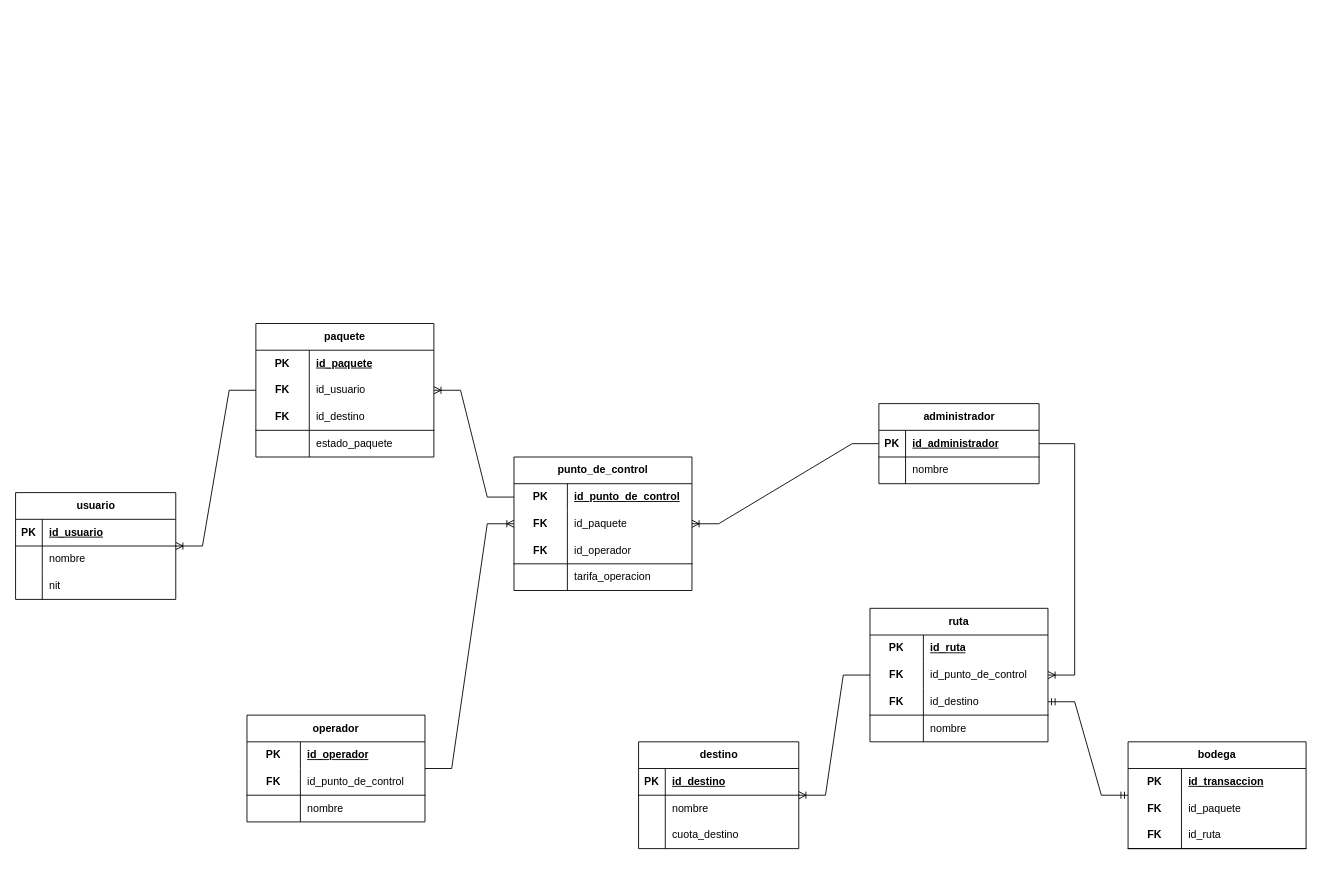
This is Documentación/Diagrama_de_tablas.drawio from MichaelMarinReyes/Gestor-Paqueteria, a draw.io file, before an edit. Source tidied: cells renumbered, new cells numbered last; positions are measured from the earlier drawing's top-left corner, leaving out a move shared by most shapes. Both pictures are drawn from the tidied source at 89%, with x=0, y=0 at pixel (15, 323).
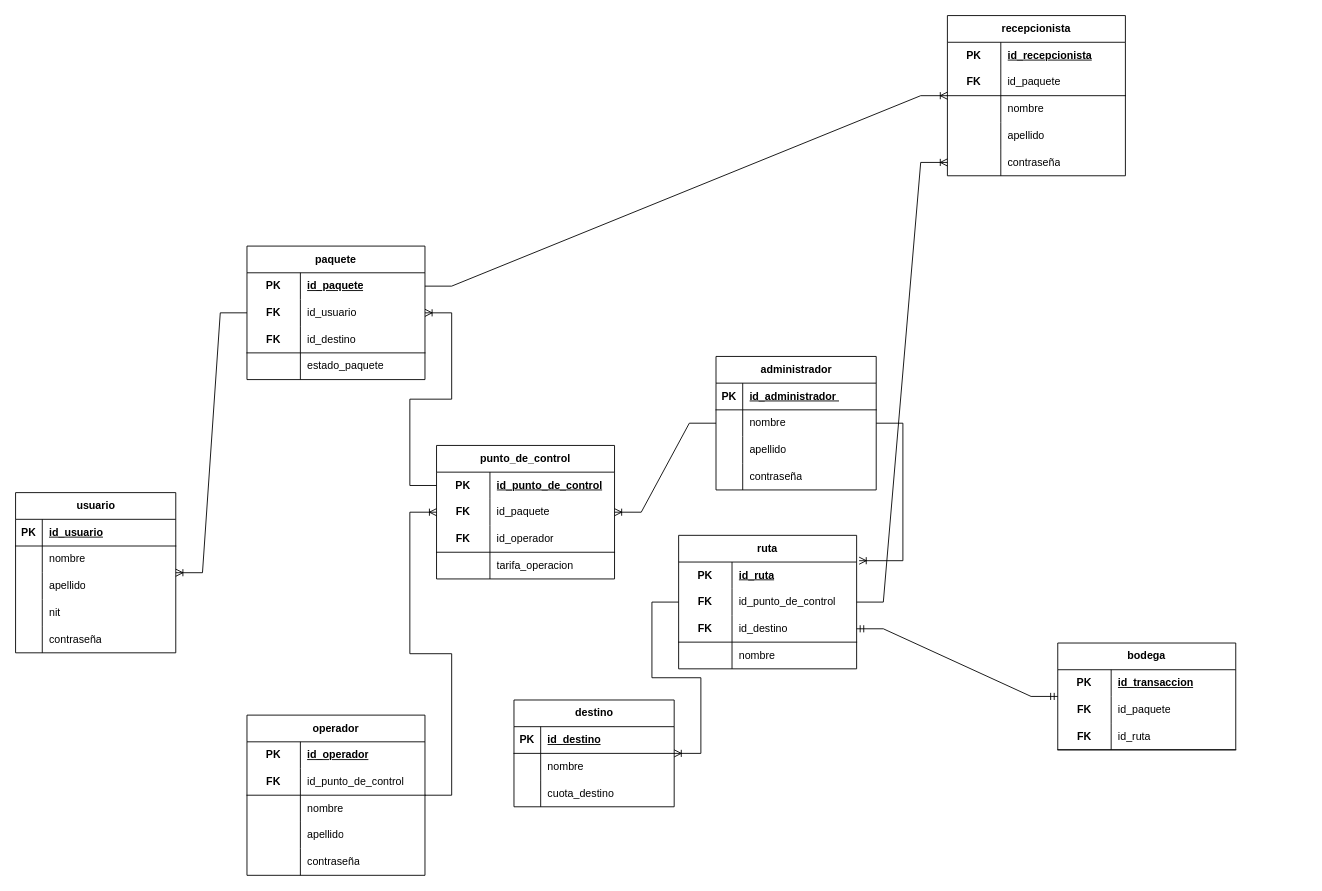
The same page after the edit.

The change refers to these unchanged cells:
```xml
<mxCell id="3" style="shape=tableRow;horizontal=0;startSize=0;swimlaneHead=0;swimlaneBody=0;fillColor=none;top=0;left=0;right=0;bottom=1;" parent="2" vertex="1">
  <mxGeometry y="30" width="180" height="30" as="geometry" />
</mxCell>
<mxCell id="33" style="shape=tableRow;horizontal=0;startSize=0;swimlaneHead=0;swimlaneBody=0;fillColor=none;points=[[0,0.5],[1,0.5]];portConstraint=eastwest;top=0;left=0;right=0;bottom=0;html=1;" parent="32" vertex="1">
  <mxGeometry y="30" width="200" height="30" as="geometry" />
</mxCell>
<mxCell id="65" style="shape=tableRow;horizontal=0;startSize=0;swimlaneHead=0;swimlaneBody=0;fillColor=none;top=0;left=0;right=0;bottom=0;" parent="58" vertex="1">
  <mxGeometry y="90" width="180" height="30" as="geometry" />
</mxCell>
```

Change to the diagram source:
```diff
@@
     <mxCell id="2" value="administrador" style="shape=table;startSize=30;childLayout=tableLayout;rowLines=0;fontStyle=1;align=center;html=1;" parent="1" vertex="1">
-      <mxGeometry x="970" y="90" width="180" height="90" as="geometry" />
+      <mxGeometry x="787" y="37" width="180" height="150" as="geometry" />
     </mxCell>
@@
-    <mxCell id="5" value="id_administrador" style="shape=partialRectangle;fillColor=none;top=0;left=0;bottom=0;right=0;align=left;spacingLeft=6;fontStyle=5;overflow=hidden;whiteSpace=wrap;html=1;" parent="3" vertex="1">
+    <mxCell id="5" value="id_administrador&amp;nbsp;" style="shape=partialRectangle;fillColor=none;top=0;left=0;bottom=0;right=0;align=left;spacingLeft=6;fontStyle=5;overflow=hidden;whiteSpace=wrap;html=1;" parent="3" vertex="1">
       <mxGeometry x="30" width="150" height="30" as="geometry" />
     </mxCell>
@@
+    <mxCell id="95" style="shape=tableRow;horizontal=0;startSize=0;swimlaneHead=0;swimlaneBody=0;fillColor=none;top=0;left=0;right=0;bottom=0;" parent="2" vertex="1">
+      <mxGeometry y="90" width="180" height="30" as="geometry" />
+    </mxCell>
+    <mxCell id="96" style="shape=partialRectangle;fillColor=none;top=0;left=0;bottom=0;right=0;overflow=hidden;whiteSpace=wrap;html=1;" parent="95" vertex="1">
+      <mxGeometry width="30" height="30" as="geometry" />
+    </mxCell>
+    <mxCell id="97" value="apellido" style="shape=partialRectangle;fillColor=none;top=0;left=0;bottom=0;right=0;align=left;spacingLeft=6;overflow=hidden;whiteSpace=wrap;html=1;" parent="95" vertex="1">
+      <mxGeometry x="30" width="150" height="30" as="geometry" />
+    </mxCell>
+    <mxCell id="98" style="shape=tableRow;horizontal=0;startSize=0;swimlaneHead=0;swimlaneBody=0;fillColor=none;top=0;left=0;right=0;bottom=0;" parent="2" vertex="1">
+      <mxGeometry y="120" width="180" height="30" as="geometry" />
+    </mxCell>
+    <mxCell id="99" style="shape=partialRectangle;fillColor=none;top=0;left=0;bottom=0;right=0;overflow=hidden;whiteSpace=wrap;html=1;" parent="98" vertex="1">
+      <mxGeometry width="30" height="30" as="geometry" />
+    </mxCell>
+    <mxCell id="100" value="contraseña" style="shape=partialRectangle;fillColor=none;top=0;left=0;bottom=0;right=0;align=left;spacingLeft=6;overflow=hidden;whiteSpace=wrap;html=1;" parent="98" vertex="1">
+      <mxGeometry x="30" width="150" height="30" as="geometry" />
+    </mxCell>
     <mxCell id="9" value="operador" style="shape=table;startSize=30;childLayout=tableLayout;rowLines=0;fontStyle=1;align=center;html=1;whiteSpace=wrap;" parent="1" vertex="1">
-      <mxGeometry x="260" y="440" width="200" height="120" as="geometry" />
+      <mxGeometry x="260" y="440" width="200" height="180" as="geometry" />
     </mxCell>
@@
+    <mxCell id="101" style="shape=tableRow;horizontal=0;startSize=0;swimlaneHead=0;swimlaneBody=0;fillColor=none;top=0;left=0;right=0;bottom=0;html=1;" parent="9" vertex="1">
+      <mxGeometry y="120" width="200" height="30" as="geometry" />
+    </mxCell>
+    <mxCell id="102" style="shape=partialRectangle;fillColor=none;top=0;left=0;bottom=0;right=0;overflow=hidden;html=1;whiteSpace=wrap;" parent="101" vertex="1">
+      <mxGeometry width="60" height="30" as="geometry" />
+    </mxCell>
+    <mxCell id="103" value="apellido" style="shape=partialRectangle;fillColor=none;top=0;left=0;bottom=0;right=0;align=left;spacingLeft=6;overflow=hidden;html=1;whiteSpace=wrap;" parent="101" vertex="1">
+      <mxGeometry x="60" width="140" height="30" as="geometry" />
+    </mxCell>
+    <mxCell id="104" style="shape=tableRow;horizontal=0;startSize=0;swimlaneHead=0;swimlaneBody=0;fillColor=none;top=0;left=0;right=0;bottom=0;html=1;" parent="9" vertex="1">
+      <mxGeometry y="150" width="200" height="30" as="geometry" />
+    </mxCell>
+    <mxCell id="105" style="shape=partialRectangle;fillColor=none;top=0;left=0;bottom=0;right=0;overflow=hidden;html=1;whiteSpace=wrap;" parent="104" vertex="1">
+      <mxGeometry width="60" height="30" as="geometry" />
+    </mxCell>
+    <mxCell id="106" value="contraseña" style="shape=partialRectangle;fillColor=none;top=0;left=0;bottom=0;right=0;align=left;spacingLeft=6;overflow=hidden;html=1;whiteSpace=wrap;" parent="104" vertex="1">
+      <mxGeometry x="60" width="140" height="30" as="geometry" />
+    </mxCell>
     <mxCell id="19" value="punto_de_control" style="shape=table;startSize=30;childLayout=tableLayout;rowLines=0;fontStyle=1;align=center;html=1;whiteSpace=wrap;" parent="1" vertex="1">
-      <mxGeometry x="560" y="150" width="200" height="150" as="geometry" />
+      <mxGeometry x="473" y="137" width="200" height="150" as="geometry" />
     </mxCell>
@@
     <mxCell id="32" value="paquete" style="shape=table;startSize=30;childLayout=tableLayout;rowLines=0;fontStyle=1;align=center;html=1;whiteSpace=wrap;" parent="1" vertex="1">
-      <mxGeometry x="270" width="200" height="150" as="geometry" />
+      <mxGeometry x="260" y="-87" width="200" height="150" as="geometry" />
     </mxCell>
@@
     <mxCell id="45" value="ruta" style="shape=table;startSize=30;childLayout=tableLayout;rowLines=0;fontStyle=1;align=center;html=1;whiteSpace=wrap;" parent="1" vertex="1">
-      <mxGeometry x="960" y="320" width="200" height="150" as="geometry" />
+      <mxGeometry x="745" y="238" width="200" height="150" as="geometry" />
     </mxCell>
@@
     <mxCell id="58" value="usuario" style="shape=table;startSize=30;childLayout=tableLayout;rowLines=0;fontStyle=1;align=center;html=1;" parent="1" vertex="1">
-      <mxGeometry y="190" width="180" height="120" as="geometry" />
+      <mxGeometry y="190" width="180" height="180" as="geometry" />
     </mxCell>
@@
-    <mxCell id="67" value="nit" style="shape=partialRectangle;fillColor=none;top=0;left=0;bottom=0;right=0;align=left;spacingLeft=6;overflow=hidden;whiteSpace=wrap;html=1;" parent="65" vertex="1">
+    <mxCell id="67" value="apellido" style="shape=partialRectangle;fillColor=none;top=0;left=0;bottom=0;right=0;align=left;spacingLeft=6;overflow=hidden;whiteSpace=wrap;html=1;" parent="65" vertex="1">
       <mxGeometry x="30" width="150" height="30" as="geometry" />
     </mxCell>
+    <mxCell id="107" style="shape=tableRow;horizontal=0;startSize=0;swimlaneHead=0;swimlaneBody=0;fillColor=none;top=0;left=0;right=0;bottom=0;" parent="58" vertex="1">
+      <mxGeometry y="120" width="180" height="30" as="geometry" />
+    </mxCell>
+    <mxCell id="108" style="shape=partialRectangle;fillColor=none;top=0;left=0;bottom=0;right=0;overflow=hidden;whiteSpace=wrap;html=1;" parent="107" vertex="1">
+      <mxGeometry width="30" height="30" as="geometry" />
+    </mxCell>
+    <mxCell id="109" value="nit" style="shape=partialRectangle;fillColor=none;top=0;left=0;bottom=0;right=0;align=left;spacingLeft=6;overflow=hidden;whiteSpace=wrap;html=1;" parent="107" vertex="1">
+      <mxGeometry x="30" width="150" height="30" as="geometry" />
+    </mxCell>
+    <mxCell id="110" style="shape=tableRow;horizontal=0;startSize=0;swimlaneHead=0;swimlaneBody=0;fillColor=none;top=0;left=0;right=0;bottom=0;" parent="58" vertex="1">
+      <mxGeometry y="150" width="180" height="30" as="geometry" />
+    </mxCell>
+    <mxCell id="111" style="shape=partialRectangle;fillColor=none;top=0;left=0;bottom=0;right=0;overflow=hidden;whiteSpace=wrap;html=1;" parent="110" vertex="1">
+      <mxGeometry width="30" height="30" as="geometry" />
+    </mxCell>
+    <mxCell id="112" value="contraseña" style="shape=partialRectangle;fillColor=none;top=0;left=0;bottom=0;right=0;align=left;spacingLeft=6;overflow=hidden;whiteSpace=wrap;html=1;" parent="110" vertex="1">
+      <mxGeometry x="30" width="150" height="30" as="geometry" />
+    </mxCell>
     <mxCell id="68" value="bodega" style="shape=table;startSize=30;childLayout=tableLayout;rowLines=0;fontStyle=1;align=center;html=1;whiteSpace=wrap;" parent="1" vertex="1">
-      <mxGeometry x="1250" y="470" width="200" height="120" as="geometry" />
+      <mxGeometry x="1171" y="359" width="200" height="120" as="geometry" />
     </mxCell>
@@
     <mxCell id="78" value="destino" style="shape=table;startSize=30;childLayout=tableLayout;rowLines=0;fontStyle=1;align=center;html=1;" parent="1" vertex="1">
-      <mxGeometry x="700" y="470" width="180" height="120" as="geometry" />
+      <mxGeometry x="560" y="423" width="180" height="120" as="geometry" />
     </mxCell>
@@
-    <mxCell id="93" style="edgeStyle=entityRelationEdgeStyle;fontSize=12;html=1;endArrow=ERoneToMany;rounded=0;" parent="1" edge="1" source="2" target="45">
+    <mxCell id="93" style="edgeStyle=entityRelationEdgeStyle;fontSize=12;html=1;endArrow=ERoneToMany;rounded=0;entryX=1.014;entryY=0.19;entryDx=0;entryDy=0;entryPerimeter=0;" parent="1" edge="1" source="2" target="45">
       <mxGeometry relative="1" as="geometry" />
     </mxCell>
@@
+    <mxCell id="113" value="recepcionista" style="shape=table;startSize=30;childLayout=tableLayout;rowLines=0;fontStyle=1;align=center;html=1;whiteSpace=wrap;" parent="1" vertex="1">
+      <mxGeometry x="1047" y="-346" width="200" height="180" as="geometry" />
+    </mxCell>
+    <mxCell id="114" style="shape=tableRow;horizontal=0;startSize=0;swimlaneHead=0;swimlaneBody=0;fillColor=none;top=0;left=0;right=0;bottom=0;html=1;" parent="113" vertex="1">
+      <mxGeometry y="30" width="200" height="30" as="geometry" />
+    </mxCell>
+    <mxCell id="115" value="PK" style="shape=partialRectangle;fillColor=none;top=0;left=0;bottom=0;right=0;fontStyle=1;overflow=hidden;html=1;whiteSpace=wrap;" parent="114" vertex="1">
+      <mxGeometry width="60" height="30" as="geometry" />
+    </mxCell>
+    <mxCell id="116" value="id_recepcionista" style="shape=partialRectangle;fillColor=none;top=0;left=0;bottom=0;right=0;align=left;spacingLeft=6;fontStyle=5;overflow=hidden;html=1;whiteSpace=wrap;" parent="114" vertex="1">
+      <mxGeometry x="60" width="140" height="30" as="geometry" />
+    </mxCell>
+    <mxCell id="117" style="shape=tableRow;horizontal=0;startSize=0;swimlaneHead=0;swimlaneBody=0;fillColor=none;top=0;left=0;right=0;bottom=1;html=1;" parent="113" vertex="1">
+      <mxGeometry y="60" width="200" height="30" as="geometry" />
+    </mxCell>
+    <mxCell id="118" value="FK" style="shape=partialRectangle;fillColor=none;top=0;left=0;bottom=0;right=0;fontStyle=1;overflow=hidden;html=1;whiteSpace=wrap;" parent="117" vertex="1">
+      <mxGeometry width="60" height="30" as="geometry" />
+    </mxCell>
+    <mxCell id="119" value="id_paquete" style="shape=partialRectangle;fillColor=none;top=0;left=0;bottom=0;right=0;align=left;spacingLeft=6;fontStyle=0;overflow=hidden;html=1;whiteSpace=wrap;" parent="117" vertex="1">
+      <mxGeometry x="60" width="140" height="30" as="geometry" />
+    </mxCell>
+    <mxCell id="120" style="shape=tableRow;horizontal=0;startSize=0;swimlaneHead=0;swimlaneBody=0;fillColor=none;top=0;left=0;right=0;bottom=0;html=1;" parent="113" vertex="1">
+      <mxGeometry y="90" width="200" height="30" as="geometry" />
+    </mxCell>
+    <mxCell id="121" style="shape=partialRectangle;fillColor=none;top=0;left=0;bottom=0;right=0;overflow=hidden;html=1;whiteSpace=wrap;" parent="120" vertex="1">
+      <mxGeometry width="60" height="30" as="geometry" />
+    </mxCell>
+    <mxCell id="122" value="nombre" style="shape=partialRectangle;fillColor=none;top=0;left=0;bottom=0;right=0;align=left;spacingLeft=6;overflow=hidden;html=1;whiteSpace=wrap;" parent="120" vertex="1">
+      <mxGeometry x="60" width="140" height="30" as="geometry" />
+    </mxCell>
+    <mxCell id="123" style="shape=tableRow;horizontal=0;startSize=0;swimlaneHead=0;swimlaneBody=0;fillColor=none;top=0;left=0;right=0;bottom=0;html=1;" parent="113" vertex="1">
+      <mxGeometry y="120" width="200" height="30" as="geometry" />
+    </mxCell>
+    <mxCell id="124" style="shape=partialRectangle;fillColor=none;top=0;left=0;bottom=0;right=0;overflow=hidden;html=1;whiteSpace=wrap;" parent="123" vertex="1">
+      <mxGeometry width="60" height="30" as="geometry" />
+    </mxCell>
+    <mxCell id="125" value="apellido" style="shape=partialRectangle;fillColor=none;top=0;left=0;bottom=0;right=0;align=left;spacingLeft=6;overflow=hidden;html=1;whiteSpace=wrap;" parent="123" vertex="1">
+      <mxGeometry x="60" width="140" height="30" as="geometry" />
+    </mxCell>
+    <mxCell id="126" style="shape=tableRow;horizontal=0;startSize=0;swimlaneHead=0;swimlaneBody=0;fillColor=none;points=[[0,0.5],[1,0.5]];portConstraint=eastwest;top=0;left=0;right=0;bottom=0;html=1;" parent="113" vertex="1">
+      <mxGeometry y="150" width="200" height="30" as="geometry" />
+    </mxCell>
+    <mxCell id="127" style="shape=partialRectangle;fillColor=none;top=0;left=0;bottom=0;right=0;overflow=hidden;html=1;whiteSpace=wrap;" parent="126" vertex="1">
+      <mxGeometry width="60" height="30" as="geometry" />
+    </mxCell>
+    <mxCell id="128" value="contraseña" style="shape=partialRectangle;fillColor=none;top=0;left=0;bottom=0;right=0;align=left;spacingLeft=6;overflow=hidden;html=1;whiteSpace=wrap;" parent="126" vertex="1">
+      <mxGeometry x="60" width="140" height="30" as="geometry" />
+    </mxCell>
+    <mxCell id="129" style="edgeStyle=entityRelationEdgeStyle;fontSize=12;html=1;endArrow=ERoneToMany;rounded=0;" parent="1" edge="1" source="45" target="126">
+      <mxGeometry relative="1" as="geometry">
+        <Array as="points">
+          <mxPoint x="1180" y="532" />
+          <mxPoint x="1094" y="637" />
+        </Array>
+      </mxGeometry>
+    </mxCell>
+    <mxCell id="130" style="edgeStyle=entityRelationEdgeStyle;fontSize=12;html=1;endArrow=ERoneToMany;rounded=0;exitX=1;exitY=0.5;exitDx=0;exitDy=0;" parent="1" edge="1" source="33" target="113">
+      <mxGeometry relative="1" as="geometry" />
+    </mxCell>
```
